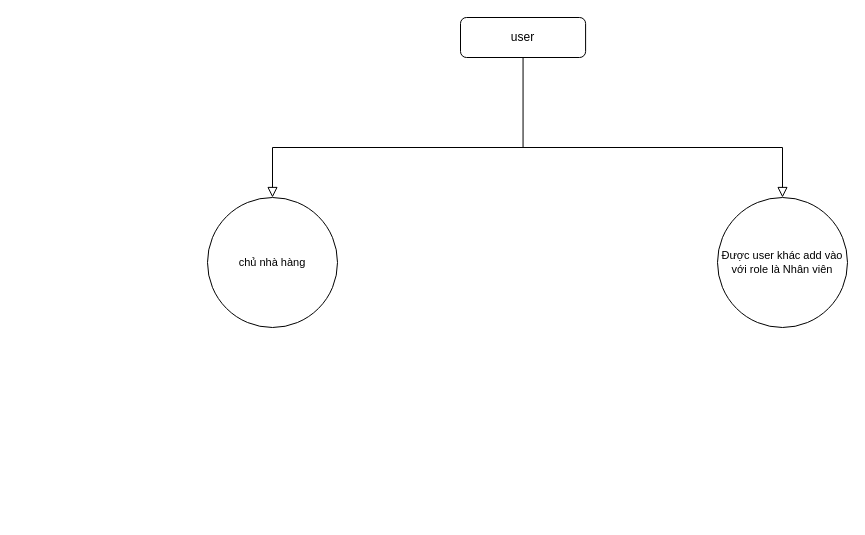
Before: Biểu đồ không có tiêu đề.drawio in laikinhchau1/game_doan_hinh, a draw.io diagram. Source tidied: cells renumbered, new cells numbered last; positions are measured from the earlier drawing's top-left corner, leaving out a move shared by most shapes. Both pictures are drawn from the tidied source at 100%, with x=0, y=0 at pixel (207, 17).
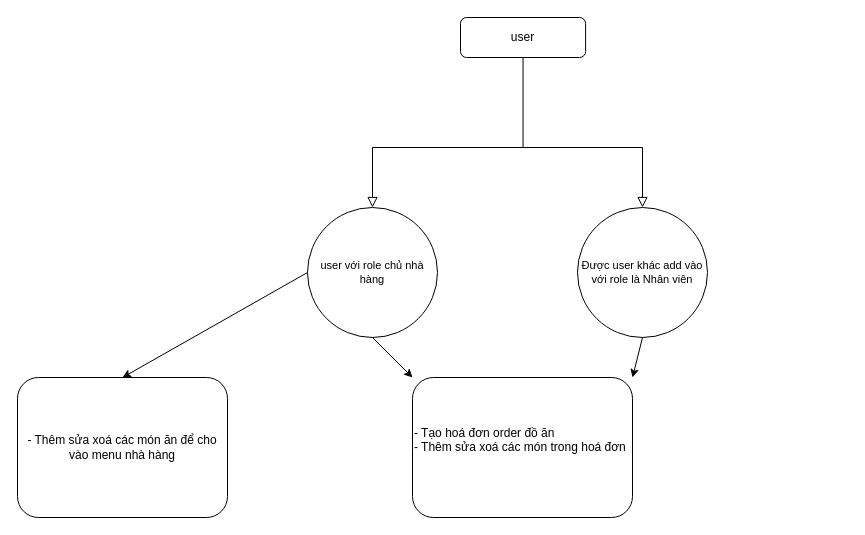
After the change.

Commit message:
Cập nhật Biểu đồ không có tiêu đề.drawio

The edit, as a diff of the source:
```diff
@@
 <mxGraphModel>
   <root>
     <mxCell id="0" />
     <mxCell id="1" parent="0" />
     <mxCell id="2" value="Được user khác add vào với role là Nhân viên" style="ellipse;whiteSpace=wrap;html=1;fontFamily=Helvetica;fontSize=11;fontColor=default;" parent="1" vertex="1">
-      <mxGeometry x="510" y="180" width="130" height="130" as="geometry" />
+      <mxGeometry x="370" y="190" width="130" height="130" as="geometry" />
     </mxCell>
-    <mxCell id="3" value="chủ nhà hàng" style="ellipse;whiteSpace=wrap;html=1;fontFamily=Helvetica;fontSize=11;fontColor=default;" parent="1" vertex="1">
-      <mxGeometry y="180" width="130" height="130" as="geometry" />
+    <mxCell id="3" value="user với role chủ nhà hàng" style="ellipse;whiteSpace=wrap;html=1;fontFamily=Helvetica;fontSize=11;fontColor=default;" parent="1" vertex="1">
+      <mxGeometry x="100" y="190" width="130" height="130" as="geometry" />
     </mxCell>
     <mxCell id="4" style="group;" parent="1" vertex="1">
       <mxGeometry x="180" width="245" height="130" as="geometry" />
     </mxCell>
     <mxCell id="5" value="user" style="rounded=1;whiteSpace=wrap;html=1;fontSize=12;glass=0;strokeWidth=1;shadow=0;" parent="4" vertex="1">
       <mxGeometry x="73" width="125.1" height="40" as="geometry" />
     </mxCell>
     <mxCell id="6" style="group;" parent="1" vertex="1">
       <mxGeometry x="165" y="130" width="305" as="geometry" />
     </mxCell>
     <mxCell id="7" style="rounded=0;html=1;jettySize=auto;fontSize=11;endArrow=block;endFill=0;endSize=8;strokeWidth=1;shadow=0;labelBackgroundColor=none;edgeStyle=elbowEdgeStyle;elbow=vertical;exitX=0.5;exitY=1;exitDx=0;exitDy=0;entryX=0.5;entryY=0;entryDx=0;entryDy=0;" parent="6" edge="1" source="5" target="2">
       <mxGeometry relative="1" as="geometry">
         <Array as="points">
           <mxPoint x="305" />
         </Array>
       </mxGeometry>
     </mxCell>
     <mxCell id="8" style="rounded=0;html=1;jettySize=auto;fontSize=11;endArrow=block;endFill=0;endSize=8;strokeWidth=1;shadow=0;labelBackgroundColor=none;edgeStyle=elbowEdgeStyle;elbow=vertical;entryX=0.5;entryY=0;entryDx=0;entryDy=0;strokeColor=default;align=center;verticalAlign=middle;fontFamily=Helvetica;fontColor=default;shape=connector;" parent="6" edge="1" target="3">
       <mxGeometry relative="1" as="geometry">
         <mxPoint x="155" as="sourcePoint" />
         <Array as="points">
           <mxPoint />
         </Array>
       </mxGeometry>
     </mxCell>
+    <mxCell id="9" style="endArrow=classic;html=1;rounded=0;exitX=0.5;exitY=1;exitDx=0;exitDy=0;entryX=0;entryY=0;entryDx=0;entryDy=0;" parent="1" edge="1" source="3" target="11">
+      <mxGeometry relative="1" as="geometry" />
+    </mxCell>
+    <mxCell id="10" style="endArrow=classic;html=1;rounded=0;exitX=0.5;exitY=1;exitDx=0;exitDy=0;entryX=1;entryY=0;entryDx=0;entryDy=0;" parent="1" edge="1" source="2" target="11">
+      <mxGeometry relative="1" as="geometry" />
+    </mxCell>
+    <mxCell id="11" value="&lt;div style=&quot;&quot;&gt;&lt;span style=&quot;background-color: initial;&quot;&gt;- Tạo hoá đơn order đồ ăn&lt;/span&gt;&lt;/div&gt;&lt;div style=&quot;&quot;&gt;&lt;span style=&quot;background-color: initial;&quot;&gt;- Thêm sửa xoá các món trong hoá đơn&lt;/span&gt;&lt;/div&gt;&lt;div style=&quot;&quot;&gt;&lt;span style=&quot;background-color: initial;&quot;&gt;&lt;br&gt;&lt;/span&gt;&lt;/div&gt;" style="rounded=1;whiteSpace=wrap;html=1;align=left;" parent="1" vertex="1">
+      <mxGeometry x="205" y="360" width="220" height="140" as="geometry" />
+    </mxCell>
+    <mxCell id="12" style="endArrow=classic;html=1;rounded=0;exitX=0;exitY=0.5;exitDx=0;exitDy=0;entryX=0.5;entryY=0;entryDx=0;entryDy=0;" parent="1" edge="1" source="3" target="13">
+      <mxGeometry relative="1" as="geometry" />
+    </mxCell>
+    <mxCell id="13" value="- Thêm sửa xoá các món ăn để cho vào menu nhà hàng" style="rounded=1;whiteSpace=wrap;html=1;" parent="1" vertex="1">
+      <mxGeometry x="-190" y="360" width="210" height="140" as="geometry" />
+    </mxCell>
   </root>
 </mxGraphModel>
```
